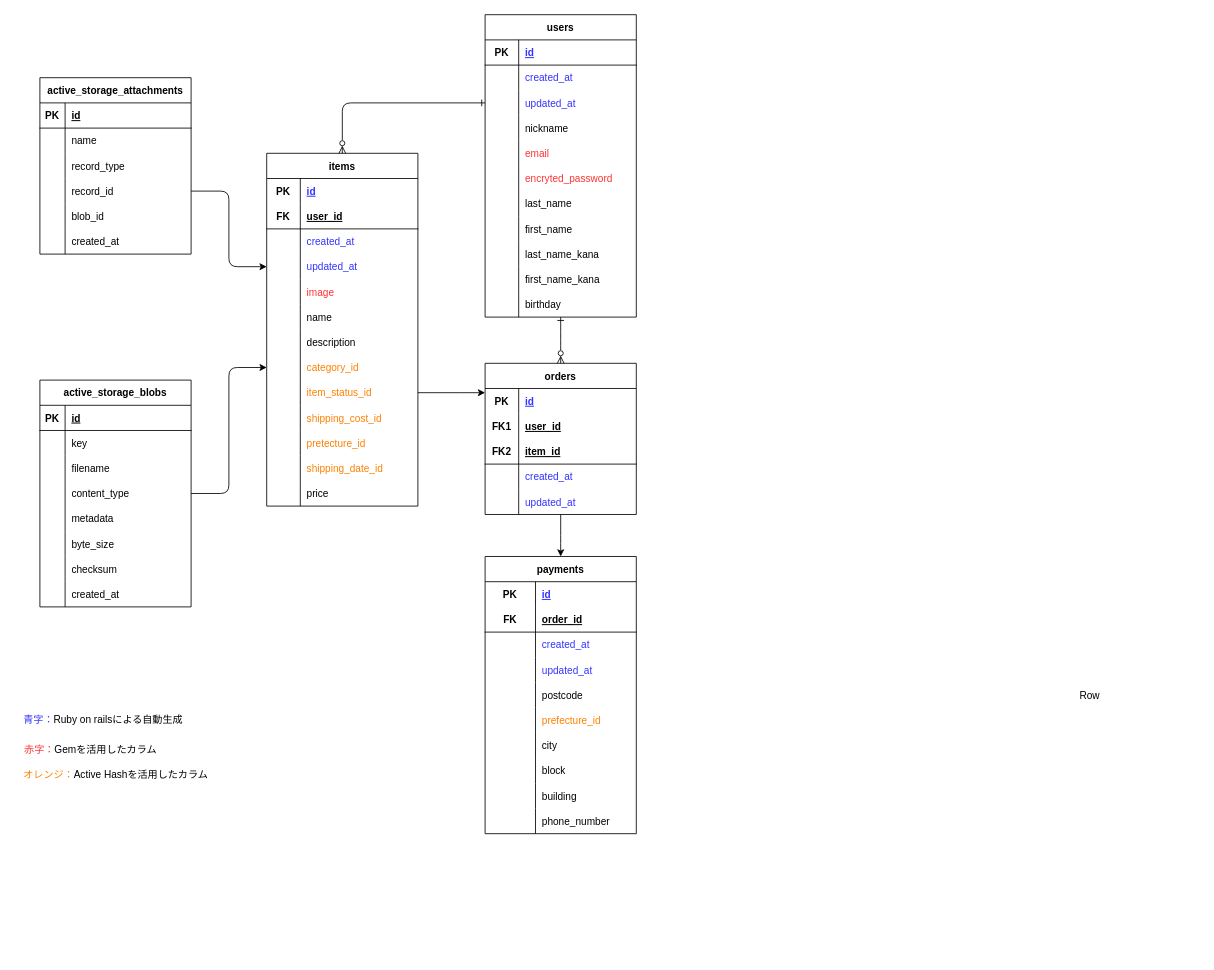
This is furima.dio from claves1012/furima-40538, a draw.io file, before an edit. Source tidied: cells renumbered, new cells numbered last; positions are measured from the earlier drawing's top-left corner, leaving out a move shared by most shapes. Both pictures are drawn from the tidied source at 84%, with x=0, y=0 at pixel (14, 14).
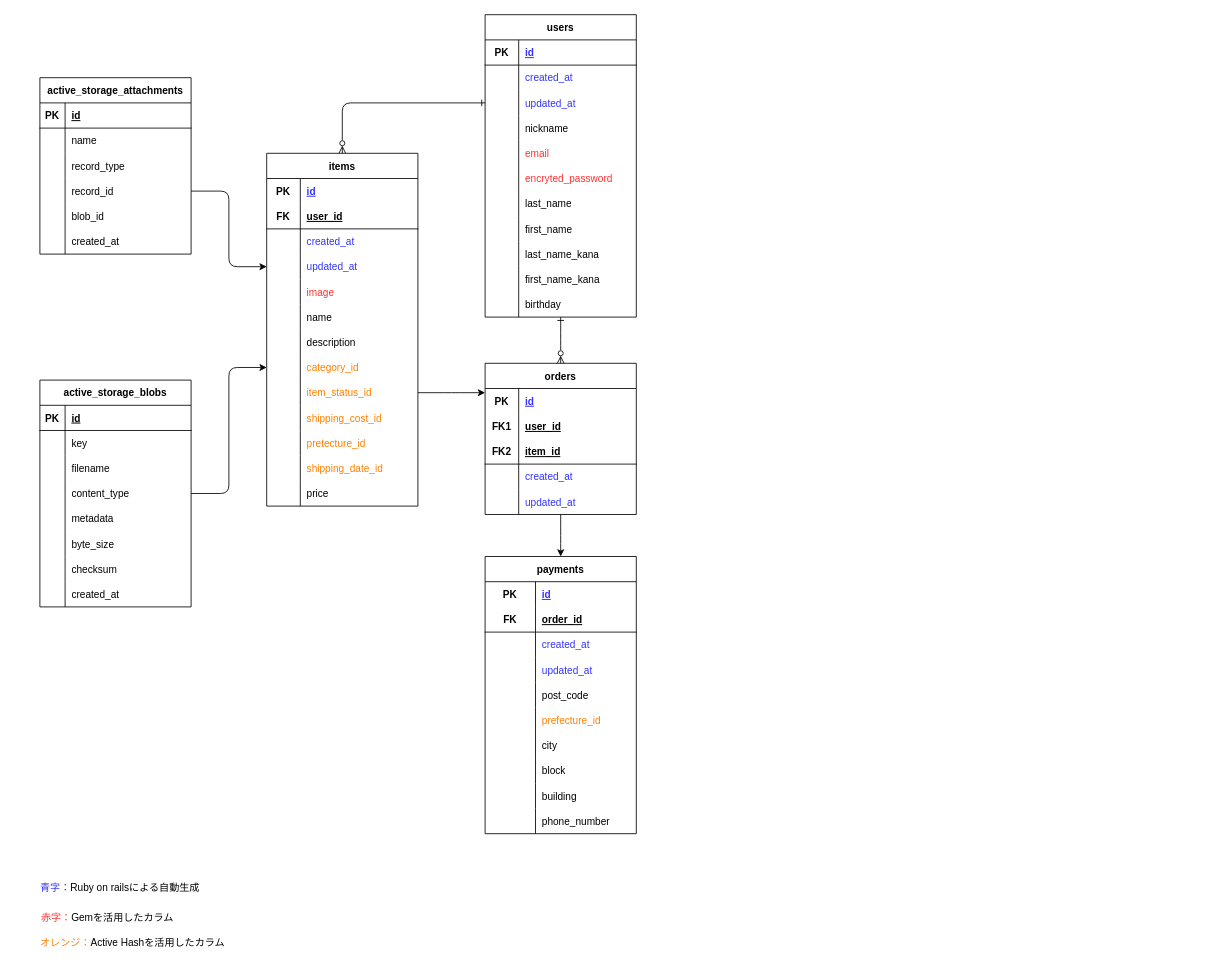
The same page after the edit.

Commit message (it also covers changes not shown here):
データベース設計課題の修正1

The change refers to these unchanged cells:
```xml
<mxCell id="107" style="shape=tableRow;horizontal=0;startSize=0;swimlaneHead=0;swimlaneBody=0;fillColor=none;top=0;left=0;right=0;bottom=0;strokeColor=default;" parent="94" vertex="1">
  <mxGeometry y="150" width="180" height="30" as="geometry" />
</mxCell>
```

Change to the diagram source:
```diff
@@
-    <mxCell id="109" value="postcode" style="shape=partialRectangle;fillColor=none;top=0;left=0;bottom=0;right=0;align=left;spacingLeft=6;overflow=hidden;strokeColor=default;" parent="107" vertex="1">
+    <mxCell id="109" value="post_code" style="shape=partialRectangle;fillColor=none;top=0;left=0;bottom=0;right=0;align=left;spacingLeft=6;overflow=hidden;strokeColor=default;" parent="107" vertex="1">
       <mxGeometry x="60" width="120" height="30" as="geometry" />
     </mxCell>
@@
-    <mxCell id="169" style="shape=table;startSize=0;childLayout=tableLayout;rowLines=0;fontStyle=0;align=center;strokeColor=none;fillColor=none;" parent="1" vertex="1">
-      <mxGeometry x="1230" y="795" width="180" height="30" as="geometry" />
-    </mxCell>
-    <mxCell id="170" style="shape=tableRow;horizontal=0;startSize=0;swimlaneHead=0;swimlaneBody=0;fillColor=none;top=0;left=0;right=0;bottom=0;strokeColor=default;" parent="169" vertex="1">
-      <mxGeometry width="180" height="30" as="geometry" />
-    </mxCell>
-    <mxCell id="171" style="shape=partialRectangle;fillColor=none;top=0;left=0;bottom=0;right=0;overflow=hidden;strokeColor=default;" parent="170" vertex="1">
-      <mxGeometry width="30" height="30" as="geometry" />
-    </mxCell>
-    <mxCell id="172" value="Row" style="shape=partialRectangle;fillColor=none;top=0;left=0;bottom=0;right=0;align=left;spacingLeft=6;overflow=hidden;strokeColor=default;" parent="170" vertex="1">
-      <mxGeometry x="30" width="150" height="30" as="geometry" />
-    </mxCell>
@@
     <mxCell id="179" value="&lt;font color=&quot;#3333ff&quot;&gt;青字：&lt;/font&gt;&lt;font color=&quot;#000000&quot;&gt;Ruby on railsによる自動生成&lt;/font&gt;" style="text;html=1;align=center;verticalAlign=middle;strokeColor=none;fillColor=none;fontColor=#FF8000;" parent="1" vertex="1">
-      <mxGeometry y="825" width="210" height="30" as="geometry" />
+      <mxGeometry x="20" y="1025" width="210" height="30" as="geometry" />
     </mxCell>
     <mxCell id="180" value="&lt;font color=&quot;#ff3333&quot;&gt;赤字：&lt;/font&gt;Gemを活用したカラム" style="text;html=1;align=center;verticalAlign=middle;strokeColor=none;fillColor=none;fontColor=#000000;" parent="1" vertex="1">
-      <mxGeometry y="860" width="180" height="30" as="geometry" />
+      <mxGeometry x="20" y="1060" width="180" height="30" as="geometry" />
     </mxCell>
     <mxCell id="181" value="&lt;font color=&quot;#ff8000&quot;&gt;オレンジ：&lt;/font&gt;&lt;font color=&quot;#000000&quot;&gt;Active Hashを活用したカラム&lt;/font&gt;" style="text;html=1;align=center;verticalAlign=middle;strokeColor=none;fillColor=none;fontColor=#FF3333;" parent="1" vertex="1">
-      <mxGeometry y="890" width="240" height="30" as="geometry" />
+      <mxGeometry x="20" y="1090" width="240" height="30" as="geometry" />
     </mxCell>
```
